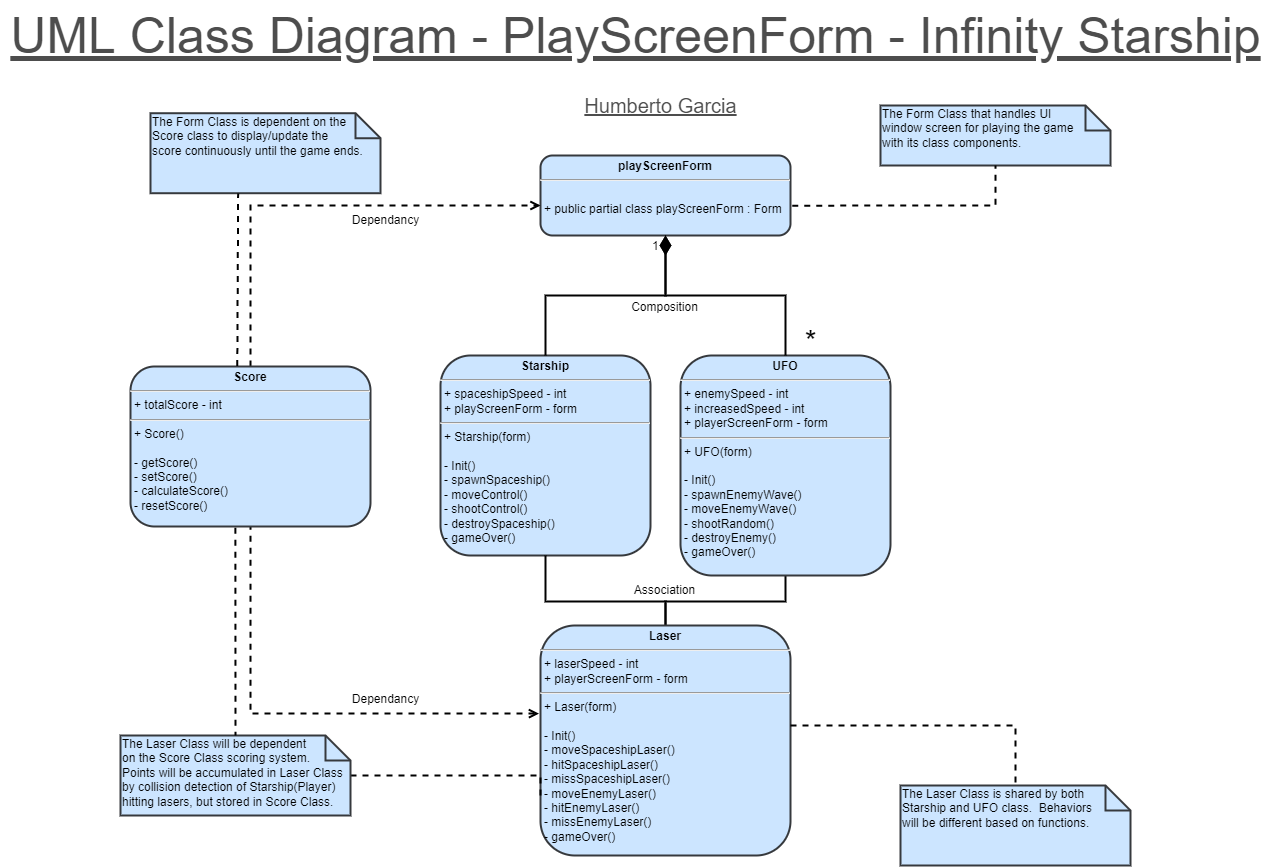
Before: Designs/UMLs/ClassDiagram_PlayScreenForm_GarciaHumberto.png, a diagram exported from draw.io (HumbertoGarciaJr/InfinityStarship-GarciaHumberto). Source tidied: cells renumbered, new cells last; positions are measured from the earlier drawing's top-left corner, leaving out a move shared by most shapes.
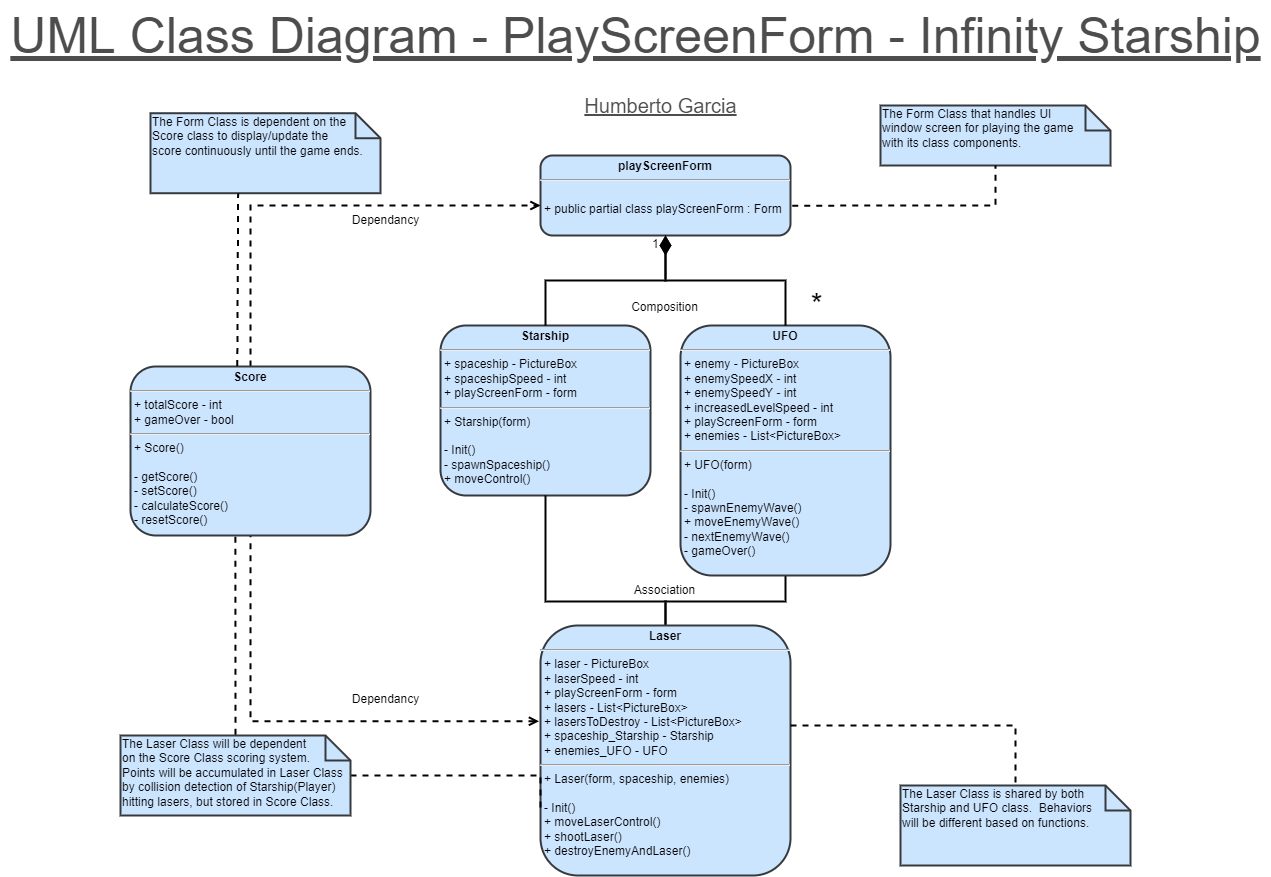
The same diagram one commit later.

What changed in the source:
```diff
@@ -5,8 +5,8 @@
     <mxCell id="2" value="&lt;p style=&quot;margin: 4px 0px 0px; text-align: center; font-size: 12px;&quot;&gt;&lt;b style=&quot;font-size: 12px;&quot;&gt;&lt;font style=&quot;font-size: 12px;&quot;&gt;playScreenForm&lt;/font&gt;&lt;/b&gt;&lt;/p&gt;&lt;hr style=&quot;font-size: 12px;&quot;&gt;&lt;p style=&quot;margin: 0px 0px 0px 4px; font-size: 12px;&quot;&gt;&lt;br style=&quot;font-size: 12px;&quot;&gt;&lt;/p&gt;&lt;p style=&quot;margin: 0px 0px 0px 4px; font-size: 12px;&quot;&gt;+ public partial class playScreenForm : Form&lt;/p&gt;&lt;p style=&quot;margin: 0px 0px 0px 4px; font-size: 12px;&quot;&gt;&lt;br style=&quot;font-size: 12px;&quot;&gt;&lt;/p&gt;" style="verticalAlign=top;align=left;overflow=fill;fontSize=12;fontFamily=Helvetica;html=1;fillColor=#cce5ff;strokeColor=#36393d;strokeWidth=2;rounded=1;shadow=0;sketch=0;glass=0;fillStyle=solid;" parent="1" vertex="1">
       <mxGeometry x="540" y="155" width="250" height="80" as="geometry" />
     </mxCell>
-    <mxCell id="3" value="&lt;p style=&quot;margin: 4px 0px 0px; text-align: center; font-size: 12px;&quot;&gt;&lt;b style=&quot;font-size: 12px;&quot;&gt;Starship&lt;/b&gt;&lt;/p&gt;&lt;hr style=&quot;font-size: 12px;&quot;&gt;&lt;p style=&quot;margin: 0px 0px 0px 4px; font-size: 12px;&quot;&gt;+ spaceshipSpeed - int&lt;br style=&quot;font-size: 12px;&quot;&gt;&lt;/p&gt;&lt;p style=&quot;margin: 0px 0px 0px 4px; font-size: 12px;&quot;&gt;+ playScreenForm - form&lt;/p&gt;&lt;hr style=&quot;font-size: 12px;&quot;&gt;&lt;p style=&quot;margin: 0px 0px 0px 4px; font-size: 12px;&quot;&gt;+ Starship(form)&lt;br style=&quot;font-size: 12px;&quot;&gt;&lt;/p&gt;&lt;p style=&quot;margin: 0px 0px 0px 4px; font-size: 12px;&quot;&gt;&lt;br style=&quot;font-size: 12px;&quot;&gt;&lt;/p&gt;&lt;p style=&quot;margin: 0px 0px 0px 4px; font-size: 12px;&quot;&gt;- Init()&lt;/p&gt;&lt;p style=&quot;margin: 0px 0px 0px 4px; font-size: 12px;&quot;&gt;- spawnSpaceship()&lt;/p&gt;&lt;p style=&quot;margin: 0px 0px 0px 4px; font-size: 12px;&quot;&gt;- moveControl()&lt;/p&gt;&lt;p style=&quot;margin: 0px 0px 0px 4px; font-size: 12px;&quot;&gt;&lt;span style=&quot;background-color: initial; font-size: 12px;&quot;&gt;- shootControl()&lt;/span&gt;&lt;br style=&quot;font-size: 12px;&quot;&gt;&lt;/p&gt;&lt;p style=&quot;margin: 0px 0px 0px 4px; font-size: 12px;&quot;&gt;&lt;span style=&quot;background-color: initial; font-size: 12px;&quot;&gt;- destroySpaceship()&lt;/span&gt;&lt;br style=&quot;font-size: 12px;&quot;&gt;&lt;/p&gt;&lt;p style=&quot;margin: 0px 0px 0px 4px; font-size: 12px;&quot;&gt;&lt;span style=&quot;background-color: initial; font-size: 12px;&quot;&gt;- gameOver()&lt;/span&gt;&lt;/p&gt;" style="verticalAlign=top;align=left;overflow=fill;fontSize=12;fontFamily=Helvetica;html=1;fillColor=#cce5ff;strokeColor=#36393d;strokeWidth=2;rounded=1;shadow=0;sketch=0;glass=0;fillStyle=solid;" parent="1" vertex="1">
-      <mxGeometry x="440" y="355" width="210" height="200" as="geometry" />
+    <mxCell id="3" value="&lt;p style=&quot;margin: 4px 0px 0px; text-align: center; font-size: 12px;&quot;&gt;&lt;b style=&quot;font-size: 12px;&quot;&gt;Starship&lt;/b&gt;&lt;/p&gt;&lt;hr style=&quot;font-size: 12px;&quot;&gt;&lt;p style=&quot;margin: 0px 0px 0px 4px; font-size: 12px;&quot;&gt;+ spaceship - PictureBox&lt;br&gt;&lt;/p&gt;&lt;p style=&quot;margin: 0px 0px 0px 4px; font-size: 12px;&quot;&gt;+ spaceshipSpeed - int&lt;/p&gt;&lt;p style=&quot;margin: 0px 0px 0px 4px; font-size: 12px;&quot;&gt;+ playScreenForm - form&lt;/p&gt;&lt;hr style=&quot;font-size: 12px;&quot;&gt;&lt;p style=&quot;margin: 0px 0px 0px 4px; font-size: 12px;&quot;&gt;+ Starship(form)&lt;br style=&quot;font-size: 12px;&quot;&gt;&lt;/p&gt;&lt;p style=&quot;margin: 0px 0px 0px 4px; font-size: 12px;&quot;&gt;&lt;br style=&quot;font-size: 12px;&quot;&gt;&lt;/p&gt;&lt;p style=&quot;margin: 0px 0px 0px 4px; font-size: 12px;&quot;&gt;- Init()&lt;/p&gt;&lt;p style=&quot;margin: 0px 0px 0px 4px; font-size: 12px;&quot;&gt;- spawnSpaceship()&lt;/p&gt;&lt;p style=&quot;margin: 0px 0px 0px 4px; font-size: 12px;&quot;&gt;+ moveControl()&lt;/p&gt;" style="verticalAlign=top;align=left;overflow=fill;fontSize=12;fontFamily=Helvetica;html=1;fillColor=#cce5ff;strokeColor=#36393d;strokeWidth=2;rounded=1;shadow=0;sketch=0;glass=0;fillStyle=solid;" parent="1" vertex="1">
+      <mxGeometry x="440" y="325" width="210" height="170" as="geometry" />
     </mxCell>
     <mxCell id="4" style="edgeStyle=orthogonalEdgeStyle;rounded=0;jettySize=auto;html=1;exitX=0.5;exitY=0;exitDx=0;exitDy=0;entryX=0.5;entryY=1;entryDx=0;entryDy=0;fontSize=12;endArrow=none;endFill=0;strokeColor=default;strokeWidth=2;" parent="1" edge="1" target="3">
       <mxGeometry relative="1" as="geometry">
@@ -31,20 +31,20 @@
         <mxPoint x="250" y="505" as="targetPoint" />
       </mxGeometry>
     </mxCell>
-    <mxCell id="7" value="&lt;p style=&quot;margin: 4px 0px 0px; text-align: center; font-size: 12px;&quot;&gt;&lt;b style=&quot;font-size: 12px;&quot;&gt;Laser&lt;/b&gt;&lt;/p&gt;&lt;hr style=&quot;font-size: 12px;&quot;&gt;&lt;p style=&quot;margin: 0px 0px 0px 4px; font-size: 12px;&quot;&gt;+ laserSpeed - int&lt;/p&gt;&lt;p style=&quot;margin: 0px 0px 0px 4px; font-size: 12px;&quot;&gt;+ playerScreenForm - form&lt;/p&gt;&lt;hr style=&quot;font-size: 12px;&quot;&gt;&lt;p style=&quot;margin: 0px 0px 0px 4px; font-size: 12px;&quot;&gt;+ Laser(form)&lt;/p&gt;&lt;p style=&quot;margin: 0px 0px 0px 4px; font-size: 12px;&quot;&gt;&lt;br style=&quot;font-size: 12px;&quot;&gt;&lt;/p&gt;&lt;p style=&quot;margin: 0px 0px 0px 4px; font-size: 12px;&quot;&gt;- Init()&lt;/p&gt;&lt;p style=&quot;margin: 0px 0px 0px 4px; font-size: 12px;&quot;&gt;- moveSpaceshipLaser()&lt;/p&gt;&lt;p style=&quot;margin: 0px 0px 0px 4px; font-size: 12px;&quot;&gt;- hitSpaceshipLaser()&lt;br style=&quot;font-size: 12px;&quot;&gt;&lt;/p&gt;&lt;p style=&quot;margin: 0px 0px 0px 4px; font-size: 12px;&quot;&gt;- missSpaceshipLaser()&lt;/p&gt;&lt;p style=&quot;margin: 0px 0px 0px 4px; font-size: 12px;&quot;&gt;- moveEnemyLaser()&lt;/p&gt;&lt;p style=&quot;margin: 0px 0px 0px 4px; font-size: 12px;&quot;&gt;- hitEnemyLaser()&lt;/p&gt;&lt;p style=&quot;margin: 0px 0px 0px 4px; font-size: 12px;&quot;&gt;- missEnemyLaser()&lt;/p&gt;&lt;p style=&quot;margin: 0px 0px 0px 4px; font-size: 12px;&quot;&gt;- gameOver()&lt;/p&gt;" style="verticalAlign=top;align=left;overflow=fill;fontSize=12;fontFamily=Helvetica;html=1;fillColor=#cce5ff;strokeColor=#36393d;strokeWidth=2;rounded=1;shadow=0;sketch=0;glass=0;fillStyle=solid;" parent="1" vertex="1">
-      <mxGeometry x="540" y="625" width="250" height="230" as="geometry" />
+    <mxCell id="7" value="&lt;p style=&quot;margin: 4px 0px 0px; text-align: center; font-size: 12px;&quot;&gt;&lt;b style=&quot;font-size: 12px;&quot;&gt;Laser&lt;/b&gt;&lt;/p&gt;&lt;hr style=&quot;font-size: 12px;&quot;&gt;&lt;p style=&quot;margin: 0px 0px 0px 4px; font-size: 12px;&quot;&gt;+ laser - PictureBox&lt;/p&gt;&lt;p style=&quot;margin: 0px 0px 0px 4px; font-size: 12px;&quot;&gt;+ laserSpeed - int&lt;/p&gt;&lt;p style=&quot;margin: 0px 0px 0px 4px; font-size: 12px;&quot;&gt;+ playScreenForm - form&lt;/p&gt;&lt;p style=&quot;margin: 0px 0px 0px 4px; font-size: 12px;&quot;&gt;+ lasers - List&amp;lt;PictureBox&amp;gt;&lt;/p&gt;&lt;p style=&quot;margin: 0px 0px 0px 4px; font-size: 12px;&quot;&gt;+ lasersToDestroy - List&amp;lt;PictureBox&amp;gt;&lt;/p&gt;&lt;p style=&quot;margin: 0px 0px 0px 4px; font-size: 12px;&quot;&gt;+ spaceship_Starship - Starship&lt;/p&gt;&lt;p style=&quot;margin: 0px 0px 0px 4px; font-size: 12px;&quot;&gt;+ enemies_UFO - UFO&lt;/p&gt;&lt;hr style=&quot;font-size: 12px;&quot;&gt;&lt;p style=&quot;margin: 0px 0px 0px 4px; font-size: 12px;&quot;&gt;+ Laser(form, spaceship, enemies)&lt;/p&gt;&lt;p style=&quot;margin: 0px 0px 0px 4px; font-size: 12px;&quot;&gt;&lt;br style=&quot;font-size: 12px;&quot;&gt;&lt;/p&gt;&lt;p style=&quot;margin: 0px 0px 0px 4px; font-size: 12px;&quot;&gt;- Init()&lt;/p&gt;&lt;p style=&quot;margin: 0px 0px 0px 4px; font-size: 12px;&quot;&gt;+ moveLaserControl()&lt;/p&gt;&lt;p style=&quot;margin: 0px 0px 0px 4px; font-size: 12px;&quot;&gt;+ shootLaser()&lt;/p&gt;&lt;p style=&quot;margin: 0px 0px 0px 4px; font-size: 12px;&quot;&gt;+ destroyEnemyAndLaser()&lt;/p&gt;" style="verticalAlign=top;align=left;overflow=fill;fontSize=12;fontFamily=Helvetica;html=1;fillColor=#cce5ff;strokeColor=#36393d;strokeWidth=2;rounded=1;shadow=0;sketch=0;glass=0;fillStyle=solid;" parent="1" vertex="1">
+      <mxGeometry x="540" y="625" width="250" height="250" as="geometry" />
     </mxCell>
     <mxCell id="8" value="1" style="endArrow=none;html=1;endSize=12;startArrow=diamondThin;startSize=14;startFill=1;edgeStyle=orthogonalEdgeStyle;align=left;verticalAlign=bottom;rounded=0;exitX=0.5;exitY=1;exitDx=0;exitDy=0;entryX=0.5;entryY=0;entryDx=0;entryDy=0;strokeColor=default;endFill=0;strokeWidth=2;fontSize=12;" parent="1" edge="1" source="2" target="3">
       <mxGeometry x="-0.83" y="-15" relative="1" as="geometry" />
     </mxCell>
-    <mxCell id="9" value="&lt;p style=&quot;margin: 4px 0px 0px; text-align: center; font-size: 12px;&quot;&gt;&lt;b style=&quot;font-size: 12px;&quot;&gt;UFO&lt;/b&gt;&lt;/p&gt;&lt;hr style=&quot;font-size: 12px;&quot;&gt;&lt;p style=&quot;margin: 0px 0px 0px 4px; font-size: 12px;&quot;&gt;+ enemySpeed - int&lt;/p&gt;&lt;p style=&quot;margin: 0px 0px 0px 4px; font-size: 12px;&quot;&gt;+ increasedSpeed - int&lt;/p&gt;&lt;p style=&quot;margin: 0px 0px 0px 4px; font-size: 12px;&quot;&gt;+ playerScreenForm - form&lt;/p&gt;&lt;hr style=&quot;font-size: 12px;&quot;&gt;&lt;p style=&quot;margin: 0px 0px 0px 4px; font-size: 12px;&quot;&gt;+ UFO(form)&lt;/p&gt;&lt;p style=&quot;margin: 0px 0px 0px 4px; font-size: 12px;&quot;&gt;&lt;br style=&quot;font-size: 12px;&quot;&gt;&lt;/p&gt;&lt;p style=&quot;margin: 0px 0px 0px 4px; font-size: 12px;&quot;&gt;- Init()&lt;/p&gt;&lt;p style=&quot;margin: 0px 0px 0px 4px; font-size: 12px;&quot;&gt;- spawnEnemyWave()&lt;/p&gt;&lt;p style=&quot;margin: 0px 0px 0px 4px; font-size: 12px;&quot;&gt;- moveEnemyWave()&lt;/p&gt;&lt;p style=&quot;margin: 0px 0px 0px 4px; font-size: 12px;&quot;&gt;- shootRandom()&lt;/p&gt;&lt;p style=&quot;margin: 0px 0px 0px 4px; font-size: 12px;&quot;&gt;- destroyEnemy()&lt;/p&gt;&lt;p style=&quot;margin: 0px 0px 0px 4px; font-size: 12px;&quot;&gt;- gameOver()&lt;/p&gt;" style="verticalAlign=top;align=left;overflow=fill;fontSize=12;fontFamily=Helvetica;html=1;fillColor=#cce5ff;strokeColor=#36393d;strokeWidth=2;rounded=1;shadow=0;sketch=0;glass=0;fillStyle=solid;" parent="1" vertex="1">
-      <mxGeometry x="680" y="355" width="210" height="220" as="geometry" />
+    <mxCell id="9" value="&lt;p style=&quot;margin: 4px 0px 0px; text-align: center; font-size: 12px;&quot;&gt;&lt;b style=&quot;font-size: 12px;&quot;&gt;UFO&lt;/b&gt;&lt;/p&gt;&lt;hr style=&quot;font-size: 12px;&quot;&gt;&lt;p style=&quot;margin: 0px 0px 0px 4px; font-size: 12px;&quot;&gt;+ enemy - PictureBox&lt;/p&gt;&lt;p style=&quot;margin: 0px 0px 0px 4px; font-size: 12px;&quot;&gt;+ enemySpeedX - int&lt;/p&gt;&lt;p style=&quot;margin: 0px 0px 0px 4px; font-size: 12px;&quot;&gt;+ enemySpeedY - int&lt;/p&gt;&lt;p style=&quot;margin: 0px 0px 0px 4px; font-size: 12px;&quot;&gt;+ increasedLevelSpeed - int&lt;/p&gt;&lt;p style=&quot;margin: 0px 0px 0px 4px; font-size: 12px;&quot;&gt;+ playScreenForm - form&lt;/p&gt;&lt;p style=&quot;margin: 0px 0px 0px 4px; font-size: 12px;&quot;&gt;+ enemies - List&amp;lt;PictureBox&amp;gt;&lt;/p&gt;&lt;hr style=&quot;font-size: 12px;&quot;&gt;&lt;p style=&quot;margin: 0px 0px 0px 4px; font-size: 12px;&quot;&gt;+ UFO(form)&lt;/p&gt;&lt;p style=&quot;margin: 0px 0px 0px 4px; font-size: 12px;&quot;&gt;&lt;br style=&quot;font-size: 12px;&quot;&gt;&lt;/p&gt;&lt;p style=&quot;margin: 0px 0px 0px 4px; font-size: 12px;&quot;&gt;- Init()&lt;/p&gt;&lt;p style=&quot;margin: 0px 0px 0px 4px; font-size: 12px;&quot;&gt;- spawnEnemyWave()&lt;/p&gt;&lt;p style=&quot;margin: 0px 0px 0px 4px; font-size: 12px;&quot;&gt;+ moveEnemyWave()&lt;/p&gt;&lt;p style=&quot;margin: 0px 0px 0px 4px; font-size: 12px;&quot;&gt;- nextEnemyWave()&lt;/p&gt;&lt;p style=&quot;margin: 0px 0px 0px 4px; font-size: 12px;&quot;&gt;- gameOver()&lt;/p&gt;" style="verticalAlign=top;align=left;overflow=fill;fontSize=12;fontFamily=Helvetica;html=1;fillColor=#cce5ff;strokeColor=#36393d;strokeWidth=2;rounded=1;shadow=0;sketch=0;glass=0;fillStyle=solid;" parent="1" vertex="1">
+      <mxGeometry x="680" y="325" width="210" height="250" as="geometry" />
     </mxCell>
     <mxCell id="10" style="endArrow=none;html=1;endSize=12;startArrow=diamondThin;startSize=14;startFill=1;edgeStyle=orthogonalEdgeStyle;align=left;verticalAlign=bottom;rounded=0;exitX=0.5;exitY=1;exitDx=0;exitDy=0;entryX=0.5;entryY=0;entryDx=0;entryDy=0;strokeColor=default;endFill=0;strokeWidth=2;fontSize=12;" parent="1" edge="1" source="2" target="9">
       <mxGeometry x="-0.63" y="-11" relative="1" as="geometry" />
     </mxCell>
     <mxCell id="11" value="*" style="text;html=1;align=center;verticalAlign=middle;strokeColor=none;fillColor=none;rounded=0;glass=0;sketch=0;fontSize=30;strokeWidth=2;" parent="1" vertex="1">
-      <mxGeometry x="790" y="316" width="40" height="50" as="geometry" />
+      <mxGeometry x="796" y="279" width="40" height="50" as="geometry" />
     </mxCell>
     <mxCell id="12" style="edgeStyle=orthogonalEdgeStyle;rounded=0;jettySize=auto;html=1;exitX=0.5;exitY=0;exitDx=0;exitDy=0;fontSize=12;startArrow=none;startFill=0;endArrow=open;endFill=0;strokeColor=default;dashed=1;strokeWidth=2;" parent="1" edge="1" source="13">
       <mxGeometry relative="1" as="geometry">
@@ -55,8 +55,8 @@
         </Array>
       </mxGeometry>
     </mxCell>
-    <mxCell id="13" value="&lt;p style=&quot;margin: 4px 0px 0px; text-align: center; font-size: 12px;&quot;&gt;&lt;b style=&quot;font-size: 12px;&quot;&gt;Score&lt;/b&gt;&lt;/p&gt;&lt;hr style=&quot;font-size: 12px;&quot;&gt;&lt;p style=&quot;margin: 0px 0px 0px 4px; font-size: 12px;&quot;&gt;+ totalScore - int&lt;/p&gt;&lt;hr style=&quot;font-size: 12px;&quot;&gt;&lt;p style=&quot;margin: 0px 0px 0px 4px; font-size: 12px;&quot;&gt;+ Score()&lt;/p&gt;&lt;p style=&quot;margin: 0px 0px 0px 4px; font-size: 12px;&quot;&gt;&lt;br style=&quot;font-size: 12px;&quot;&gt;&lt;/p&gt;&lt;p style=&quot;margin: 0px 0px 0px 4px; font-size: 12px;&quot;&gt;- getScore()&lt;/p&gt;&lt;p style=&quot;margin: 0px 0px 0px 4px; font-size: 12px;&quot;&gt;- setScore()&lt;/p&gt;&lt;p style=&quot;margin: 0px 0px 0px 4px; font-size: 12px;&quot;&gt;- calculateScore()&lt;/p&gt;&lt;p style=&quot;margin: 0px 0px 0px 4px; font-size: 12px;&quot;&gt;- resetScore()&lt;/p&gt;" style="verticalAlign=top;align=left;overflow=fill;fontSize=12;fontFamily=Helvetica;html=1;fillColor=#cce5ff;strokeColor=#36393d;strokeWidth=2;rounded=1;shadow=0;sketch=0;glass=0;fillStyle=solid;" parent="1" vertex="1">
-      <mxGeometry x="130" y="366" width="240" height="160" as="geometry" />
+    <mxCell id="13" value="&lt;p style=&quot;margin: 4px 0px 0px; text-align: center; font-size: 12px;&quot;&gt;&lt;b style=&quot;font-size: 12px;&quot;&gt;Score&lt;/b&gt;&lt;/p&gt;&lt;hr style=&quot;font-size: 12px;&quot;&gt;&lt;p style=&quot;margin: 0px 0px 0px 4px; font-size: 12px;&quot;&gt;+ totalScore - int&lt;/p&gt;&lt;p style=&quot;margin: 0px 0px 0px 4px; font-size: 12px;&quot;&gt;+ gameOver - bool&lt;/p&gt;&lt;hr style=&quot;font-size: 12px;&quot;&gt;&lt;p style=&quot;margin: 0px 0px 0px 4px; font-size: 12px;&quot;&gt;+ Score()&lt;/p&gt;&lt;p style=&quot;margin: 0px 0px 0px 4px; font-size: 12px;&quot;&gt;&lt;br style=&quot;font-size: 12px;&quot;&gt;&lt;/p&gt;&lt;p style=&quot;margin: 0px 0px 0px 4px; font-size: 12px;&quot;&gt;- getScore()&lt;/p&gt;&lt;p style=&quot;margin: 0px 0px 0px 4px; font-size: 12px;&quot;&gt;- setScore()&lt;/p&gt;&lt;p style=&quot;margin: 0px 0px 0px 4px; font-size: 12px;&quot;&gt;- calculateScore()&lt;/p&gt;&lt;p style=&quot;margin: 0px 0px 0px 4px; font-size: 12px;&quot;&gt;- resetScore()&lt;/p&gt;" style="verticalAlign=top;align=left;overflow=fill;fontSize=12;fontFamily=Helvetica;html=1;fillColor=#cce5ff;strokeColor=#36393d;strokeWidth=2;rounded=1;shadow=0;sketch=0;glass=0;fillStyle=solid;" parent="1" vertex="1">
+      <mxGeometry x="130" y="366" width="240" height="169" as="geometry" />
     </mxCell>
     <mxCell id="14" value="&lt;font style=&quot;font-size: 12px;&quot;&gt;The Form Class that handles UI&lt;br style=&quot;font-size: 12px;&quot;&gt;window screen for playing the game&lt;br&gt;with its class components.&lt;br style=&quot;font-size: 12px;&quot;&gt;&lt;/font&gt;" style="shape=note2;boundedLbl=1;whiteSpace=wrap;html=1;size=25;verticalAlign=top;align=left;rounded=0;shadow=0;glass=0;sketch=0;fillStyle=solid;fontSize=12;strokeColor=#36393d;strokeWidth=2;fillColor=#cce5ff;spacingLeft=0;spacing=2;spacingTop=-30;" parent="1" vertex="1">
       <mxGeometry x="880" y="105" width="230" height="60" as="geometry" />
```
